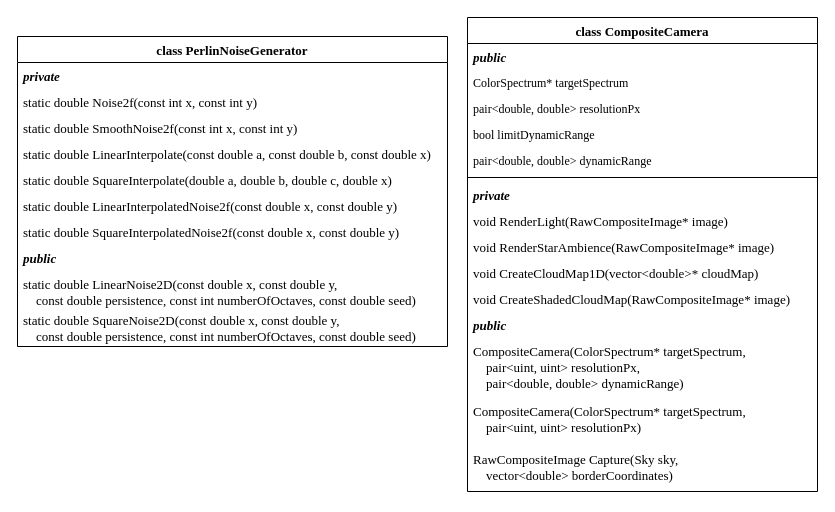
This is page "CompositeCamera" (5 of 9) of Docs/Class diagrams.drawio from SpatiumOwl/ComplexSky-2.0, a draw.io file, before an edit. Source tidied: cells renumbered, new cells numbered last; positions are measured from the earlier drawing's top-left corner, leaving out a move shared by most shapes. Both pictures are drawn from the tidied source at 100%, with x=0, y=0 at pixel (17, 17).
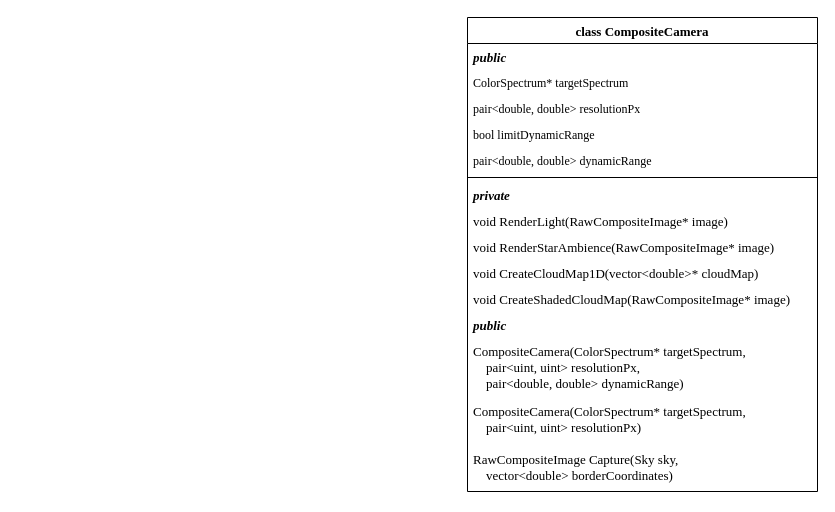
After the change.

Change to the diagram source:
```diff
@@
-    <mxCell id="18" value="class PerlinNoiseGenerator" style="swimlane;fontStyle=1;horizontal=1;startSize=26;fillColor=none;fontFamily=Times New Roman;fontSize=13;" parent="1" vertex="1">
-      <mxGeometry y="19" width="430" height="310" as="geometry" />
-    </mxCell>
-    <mxCell id="19" value="private" style="text;strokeColor=none;fillColor=none;align=left;verticalAlign=top;spacingLeft=4;spacingRight=4;overflow=hidden;fontStyle=3;fontFamily=Times New Roman;fontSize=13;" parent="18" vertex="1">
-      <mxGeometry y="26" width="430" height="26" as="geometry" />
-    </mxCell>
-    <mxCell id="20" value="static double Noise2f(const int x, const int y)" style="text;strokeColor=none;fillColor=none;align=left;verticalAlign=top;spacingLeft=4;spacingRight=4;overflow=hidden;fontFamily=Times New Roman;fontSize=13;" parent="18" vertex="1">
-      <mxGeometry y="52" width="430" height="26" as="geometry" />
-    </mxCell>
-    <mxCell id="21" value="static double SmoothNoise2f(const int x, const int y)" style="text;strokeColor=none;fillColor=none;align=left;verticalAlign=top;spacingLeft=4;spacingRight=4;overflow=hidden;fontFamily=Times New Roman;fontSize=13;" parent="18" vertex="1">
-      <mxGeometry y="78" width="430" height="26" as="geometry" />
-    </mxCell>
-    <mxCell id="22" value="static double LinearInterpolate(const double a, const double b, const double x)" style="text;strokeColor=none;fillColor=none;align=left;verticalAlign=top;spacingLeft=4;spacingRight=4;overflow=hidden;fontFamily=Times New Roman;fontSize=13;" parent="18" vertex="1">
-      <mxGeometry y="104" width="430" height="26" as="geometry" />
-    </mxCell>
-    <mxCell id="23" value="static double SquareInterpolate(double a, double b, double c, double x)" style="text;strokeColor=none;fillColor=none;align=left;verticalAlign=top;spacingLeft=4;spacingRight=4;overflow=hidden;fontFamily=Times New Roman;fontSize=13;" parent="18" vertex="1">
-      <mxGeometry y="130" width="430" height="26" as="geometry" />
-    </mxCell>
-    <mxCell id="24" value="static double LinearInterpolatedNoise2f(const double x, const double y)" style="text;strokeColor=none;fillColor=none;align=left;verticalAlign=top;spacingLeft=4;spacingRight=4;overflow=hidden;fontFamily=Times New Roman;fontSize=13;" parent="18" vertex="1">
-      <mxGeometry y="156" width="430" height="26" as="geometry" />
-    </mxCell>
-    <mxCell id="25" value="static double SquareInterpolatedNoise2f(const double x, const double y)" style="text;strokeColor=none;fillColor=none;align=left;verticalAlign=top;spacingLeft=4;spacingRight=4;overflow=hidden;fontFamily=Times New Roman;fontSize=13;" parent="18" vertex="1">
-      <mxGeometry y="182" width="430" height="26" as="geometry" />
-    </mxCell>
-    <mxCell id="26" value="public" style="text;strokeColor=none;fillColor=none;align=left;verticalAlign=top;spacingLeft=4;spacingRight=4;overflow=hidden;fontStyle=3;fontFamily=Times New Roman;fontSize=13;" parent="18" vertex="1">
-      <mxGeometry y="208" width="430" height="26" as="geometry" />
-    </mxCell>
-    <mxCell id="27" value="static double LinearNoise2D(const double x, const double y, &#10;    const double persistence, const int numberOfOctaves, const double seed)" style="text;strokeColor=none;fillColor=none;align=left;verticalAlign=top;spacingLeft=4;spacingRight=4;overflow=hidden;fontFamily=Times New Roman;fontSize=13;" parent="18" vertex="1">
-      <mxGeometry y="234" width="430" height="36" as="geometry" />
-    </mxCell>
-    <mxCell id="28" value="static double SquareNoise2D(const double x, const double y, &#10;    const double persistence, const int numberOfOctaves, const double seed)" style="text;strokeColor=none;fillColor=none;align=left;verticalAlign=top;spacingLeft=4;spacingRight=4;overflow=hidden;fontFamily=Times New Roman;fontSize=13;" parent="18" vertex="1">
-      <mxGeometry y="270" width="430" height="40" as="geometry" />
-    </mxCell>
```
